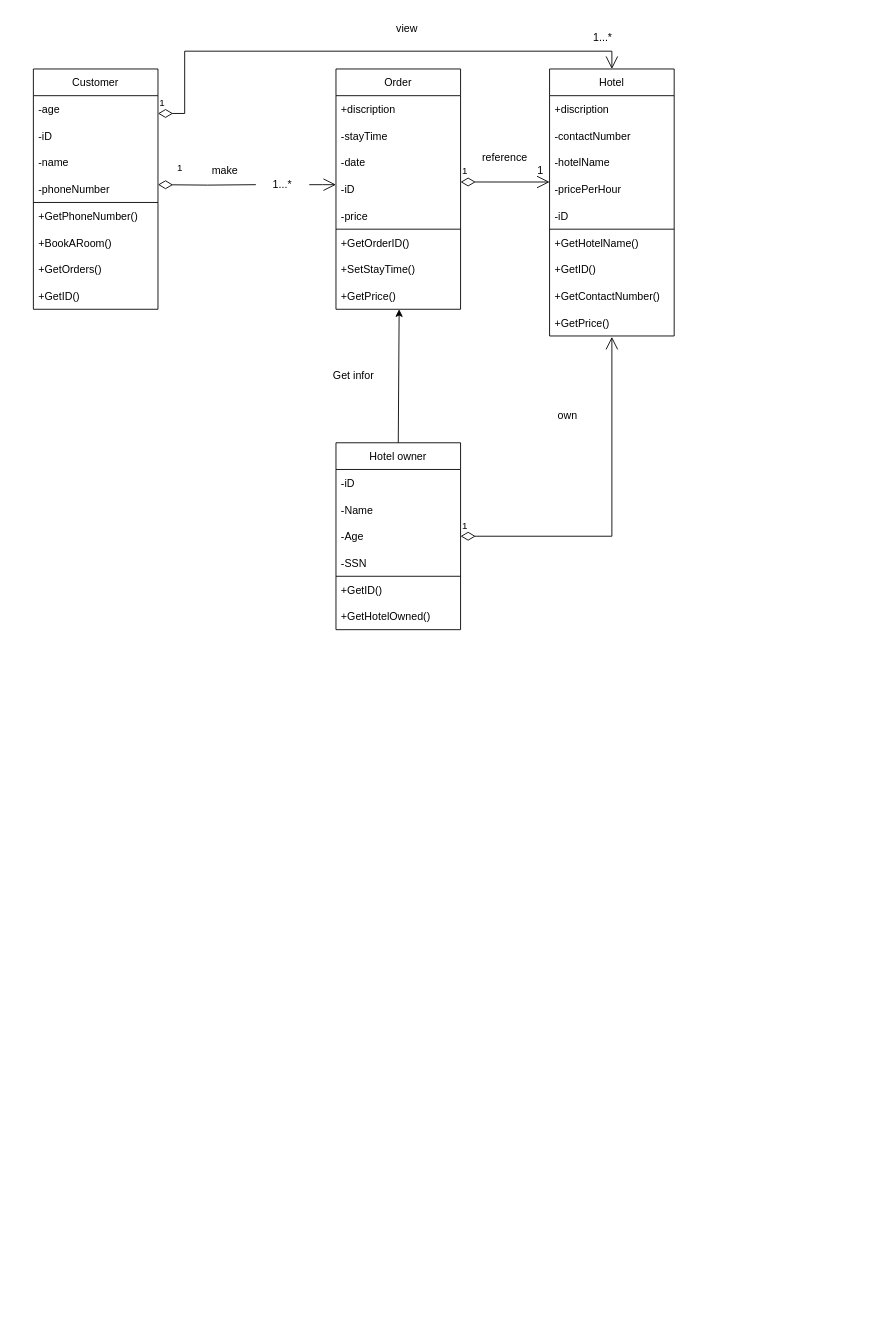
Above: class_diagram.drawio in sonqb2001567/First (draw.io), before the change. Source tidied: cells renumbered, new cells numbered last; positions are measured from the earlier drawing's top-left corner, leaving out a move shared by most shapes. Both pictures are drawn from the tidied source at 89%, with x=0, y=0 at pixel (33, 15).
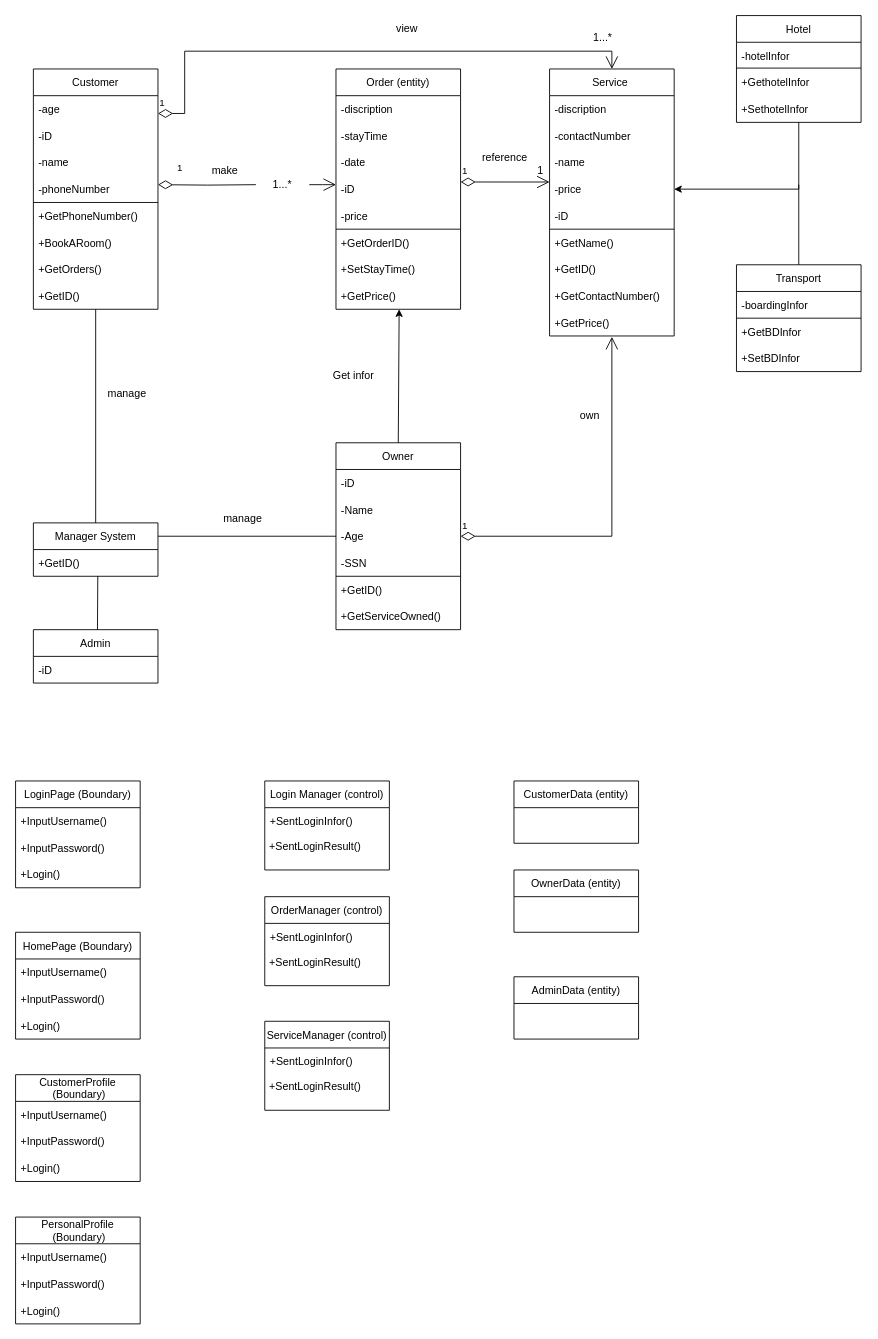
Above is the later version.

Commit message:
Cập nhật class_diagram.drawio

Unchanged cells that the change refers to:
```xml
<mxCell id="22" value="+GetID()" style="text;strokeColor=none;fillColor=none;align=left;verticalAlign=middle;spacingLeft=4;spacingRight=4;overflow=hidden;points=[[0,0.5],[1,0.5]];portConstraint=eastwest;" parent="13" vertex="1">
  <mxGeometry y="240" width="140" height="30" as="geometry" />
</mxCell>
<mxCell id="39" value="-Age" style="text;strokeColor=none;fillColor=none;align=left;verticalAlign=middle;spacingLeft=4;spacingRight=4;overflow=hidden;points=[[0,0.5],[1,0.5]];portConstraint=eastwest;" parent="36" vertex="1">
  <mxGeometry y="90" width="140" height="30" as="geometry" />
</mxCell>
```

The edit, as a diff of the source:
```diff
@@
-    <mxCell id="2" value="Order" style="swimlane;fontStyle=0;horizontal=1;startSize=30;strokeColor=default;" parent="1" vertex="1">
+    <mxCell id="2" value="Order (entity)" style="swimlane;fontStyle=0;horizontal=1;startSize=30;strokeColor=default;" parent="1" vertex="1">
       <mxGeometry x="340" y="60" width="140" height="270" as="geometry" />
     </mxCell>
-    <mxCell id="3" value="+discription" style="text;strokeColor=none;fillColor=none;align=left;verticalAlign=middle;spacingLeft=4;spacingRight=4;overflow=hidden;" parent="2" vertex="1">
+    <mxCell id="3" value="-discription" style="text;strokeColor=none;fillColor=none;align=left;verticalAlign=middle;spacingLeft=4;spacingRight=4;overflow=hidden;" parent="2" vertex="1">
       <mxGeometry y="30" width="140" height="30" as="geometry" />
     </mxCell>
@@
-    <mxCell id="25" value="Hotel" style="swimlane;fontStyle=0;horizontal=1;startSize=30;strokeColor=default;" parent="1" vertex="1">
+    <mxCell id="25" value="Service " style="swimlane;fontStyle=0;horizontal=1;startSize=30;strokeColor=default;" parent="1" vertex="1">
       <mxGeometry x="580" y="60" width="140" height="300" as="geometry" />
     </mxCell>
-    <mxCell id="26" value="+discription" style="text;strokeColor=none;fillColor=none;align=left;verticalAlign=middle;spacingLeft=4;spacingRight=4;overflow=hidden;" parent="25" vertex="1">
+    <mxCell id="26" value="-discription" style="text;strokeColor=none;fillColor=none;align=left;verticalAlign=middle;spacingLeft=4;spacingRight=4;overflow=hidden;" parent="25" vertex="1">
       <mxGeometry y="30" width="140" height="30" as="geometry" />
     </mxCell>
@@
-    <mxCell id="28" value="-hotelName" style="text;strokeColor=none;fillColor=none;align=left;verticalAlign=middle;spacingLeft=4;spacingRight=4;overflow=hidden;" parent="25" vertex="1">
+    <mxCell id="28" value="-name" style="text;strokeColor=none;fillColor=none;align=left;verticalAlign=middle;spacingLeft=4;spacingRight=4;overflow=hidden;" parent="25" vertex="1">
       <mxGeometry y="90" width="140" height="30" as="geometry" />
     </mxCell>
-    <mxCell id="29" value="-pricePerHour" style="text;strokeColor=none;fillColor=none;align=left;verticalAlign=middle;spacingLeft=4;spacingRight=4;overflow=hidden;points=[[0,0.5],[1,0.5]];portConstraint=eastwest;" parent="25" vertex="1">
+    <mxCell id="29" value="-price" style="text;strokeColor=none;fillColor=none;align=left;verticalAlign=middle;spacingLeft=4;spacingRight=4;overflow=hidden;points=[[0,0.5],[1,0.5]];portConstraint=eastwest;" parent="25" vertex="1">
       <mxGeometry y="120" width="140" height="30" as="geometry" />
     </mxCell>
@@
-    <mxCell id="32" value="+GetHotelName()" style="text;strokeColor=none;fillColor=none;align=left;verticalAlign=middle;spacingLeft=4;spacingRight=4;overflow=hidden;" parent="25" vertex="1">
+    <mxCell id="32" value="+GetName()" style="text;strokeColor=none;fillColor=none;align=left;verticalAlign=middle;spacingLeft=4;spacingRight=4;overflow=hidden;" parent="25" vertex="1">
       <mxGeometry y="180" width="140" height="30" as="geometry" />
     </mxCell>
@@
-    <mxCell id="36" value="Hotel owner" style="swimlane;fontStyle=0;horizontal=1;startSize=30;strokeColor=default;" parent="1" vertex="1">
+    <mxCell id="36" value="Owner" style="swimlane;fontStyle=0;horizontal=1;startSize=30;strokeColor=default;" parent="1" vertex="1">
       <mxGeometry x="340" y="480" width="140" height="210" as="geometry" />
     </mxCell>
@@
-    <mxCell id="43" value="+GetHotelOwned()" style="text;strokeColor=none;fillColor=none;align=left;verticalAlign=middle;spacingLeft=4;spacingRight=4;overflow=hidden;" parent="36" vertex="1">
+    <mxCell id="43" value="+GetServiceOwned()" style="text;strokeColor=none;fillColor=none;align=left;verticalAlign=middle;spacingLeft=4;spacingRight=4;overflow=hidden;" parent="36" vertex="1">
       <mxGeometry y="180" width="140" height="30" as="geometry" />
     </mxCell>
@@
     <mxCell id="45" value="own" style="text;html=1;align=center;verticalAlign=middle;strokeColor=none;fillColor=none;" parent="1" vertex="1">
-      <mxGeometry x="575" y="435" width="50" height="30" as="geometry" />
+      <mxGeometry x="600" y="435" width="50" height="30" as="geometry" />
     </mxCell>
@@
+    <mxCell id="56" style="edgeStyle=orthogonalEdgeStyle;rounded=0;jettySize=auto;html=1;entryX=1;entryY=0.5;entryDx=0;entryDy=0;" parent="1" edge="1" source="57" target="29">
+      <mxGeometry relative="1" as="geometry" />
+    </mxCell>
+    <mxCell id="57" value="Hotel" style="swimlane;fontStyle=0;horizontal=1;startSize=30;strokeColor=default;" parent="1" vertex="1">
+      <mxGeometry x="790" width="140" height="120" as="geometry" />
+    </mxCell>
+    <mxCell id="58" value="-hotelInfor" style="text;strokeColor=none;fillColor=none;align=left;verticalAlign=middle;spacingLeft=4;spacingRight=4;overflow=hidden;" parent="57" vertex="1">
+      <mxGeometry y="30" width="140" height="30" as="geometry" />
+    </mxCell>
+    <mxCell id="59" style="endArrow=none;html=1;rounded=0;" parent="57" edge="1">
+      <mxGeometry relative="1" as="geometry">
+        <mxPoint y="59" as="sourcePoint" />
+        <mxPoint x="140" y="59" as="targetPoint" />
+      </mxGeometry>
+    </mxCell>
+    <mxCell id="60" value="+GethotelInfor" style="text;strokeColor=none;fillColor=none;align=left;verticalAlign=middle;spacingLeft=4;spacingRight=4;overflow=hidden;" parent="57" vertex="1">
+      <mxGeometry y="60" width="140" height="30" as="geometry" />
+    </mxCell>
+    <mxCell id="61" value="+SethotelInfor" style="text;strokeColor=none;fillColor=none;align=left;verticalAlign=middle;spacingLeft=4;spacingRight=4;overflow=hidden;" parent="57" vertex="1">
+      <mxGeometry y="90" width="140" height="30" as="geometry" />
+    </mxCell>
+    <mxCell id="62" value="Transport" style="swimlane;fontStyle=0;horizontal=1;startSize=30;strokeColor=default;" parent="1" vertex="1">
+      <mxGeometry x="790" y="280" width="140" height="120" as="geometry" />
+    </mxCell>
+    <mxCell id="63" value="-boardingInfor" style="text;strokeColor=none;fillColor=none;align=left;verticalAlign=middle;spacingLeft=4;spacingRight=4;overflow=hidden;" parent="62" vertex="1">
+      <mxGeometry y="30" width="140" height="30" as="geometry" />
+    </mxCell>
+    <mxCell id="64" style="endArrow=none;html=1;rounded=0;" parent="62" edge="1">
+      <mxGeometry relative="1" as="geometry">
+        <mxPoint y="60" as="sourcePoint" />
+        <mxPoint x="140" y="60" as="targetPoint" />
+      </mxGeometry>
+    </mxCell>
+    <mxCell id="65" value="+GetBDInfor" style="text;strokeColor=none;fillColor=none;align=left;verticalAlign=middle;spacingLeft=4;spacingRight=4;overflow=hidden;" parent="62" vertex="1">
+      <mxGeometry y="60" width="140" height="30" as="geometry" />
+    </mxCell>
+    <mxCell id="66" value="+SetBDInfor" style="text;strokeColor=none;fillColor=none;align=left;verticalAlign=middle;spacingLeft=4;spacingRight=4;overflow=hidden;" parent="62" vertex="1">
+      <mxGeometry y="90" width="140" height="30" as="geometry" />
+    </mxCell>
+    <mxCell id="67" style="endArrow=none;html=1;rounded=0;entryX=0.5;entryY=0;entryDx=0;entryDy=0;" parent="1" edge="1" target="62">
+      <mxGeometry relative="1" as="geometry">
+        <mxPoint x="860" y="190" as="sourcePoint" />
+      </mxGeometry>
+    </mxCell>
+    <mxCell id="68" value="Manager System" style="swimlane;fontStyle=0;horizontal=1;startSize=30;strokeColor=default;" parent="1" vertex="1">
+      <mxGeometry y="570" width="140" height="60" as="geometry" />
+    </mxCell>
+    <mxCell id="69" value="+GetID()" style="text;strokeColor=none;fillColor=none;align=left;verticalAlign=middle;spacingLeft=4;spacingRight=4;overflow=hidden;points=[[0,0.5],[1,0.5]];portConstraint=eastwest;" parent="68" vertex="1">
+      <mxGeometry y="30" width="140" height="30" as="geometry" />
+    </mxCell>
+    <mxCell id="70" style="endArrow=none;html=1;rounded=0;exitX=0.5;exitY=0;exitDx=0;exitDy=0;" parent="1" edge="1" source="68" target="22">
+      <mxGeometry relative="1" as="geometry" />
+    </mxCell>
+    <mxCell id="71" style="endArrow=none;html=1;rounded=0;exitX=1;exitY=0.5;exitDx=0;exitDy=0;entryX=0;entryY=0.5;entryDx=0;entryDy=0;" parent="1" edge="1" target="39">
+      <mxGeometry relative="1" as="geometry">
+        <mxPoint x="140" y="585" as="sourcePoint" />
+      </mxGeometry>
+    </mxCell>
+    <mxCell id="72" value="manage" style="text;html=1;align=center;verticalAlign=middle;strokeColor=none;fillColor=none;" parent="1" vertex="1">
+      <mxGeometry x="70" y="410" width="70" height="30" as="geometry" />
+    </mxCell>
+    <mxCell id="73" value="manage" style="text;html=1;align=center;verticalAlign=middle;strokeColor=none;fillColor=none;" parent="1" vertex="1">
+      <mxGeometry x="200" y="550" width="70" height="30" as="geometry" />
+    </mxCell>
+    <mxCell id="74" value="Admin" style="swimlane;fontStyle=0;horizontal=1;startSize=30;strokeColor=default;" parent="1" vertex="1">
+      <mxGeometry y="690" width="140" height="60" as="geometry" />
+    </mxCell>
+    <mxCell id="75" value="-iD" style="text;strokeColor=none;fillColor=none;align=left;verticalAlign=middle;spacingLeft=4;spacingRight=4;overflow=hidden;" parent="74" vertex="1">
+      <mxGeometry y="30" width="140" height="30" as="geometry" />
+    </mxCell>
+    <mxCell id="76" style="endArrow=none;html=1;rounded=0;entryX=0.517;entryY=0.991;entryDx=0;entryDy=0;entryPerimeter=0;" parent="1" edge="1" target="69">
+      <mxGeometry relative="1" as="geometry">
+        <mxPoint x="72" y="690" as="sourcePoint" />
+      </mxGeometry>
+    </mxCell>
+    <mxCell id="77" value="LoginPage (Boundary)" style="swimlane;fontStyle=0;horizontal=1;startSize=30;strokeColor=default;" parent="1" vertex="1">
+      <mxGeometry x="-20" y="860" width="140" height="120" as="geometry" />
+    </mxCell>
+    <mxCell id="78" value="+InputUsername()" style="text;strokeColor=none;fillColor=none;align=left;verticalAlign=middle;spacingLeft=4;spacingRight=4;overflow=hidden;" parent="77" vertex="1">
+      <mxGeometry y="30" width="140" height="30" as="geometry" />
+    </mxCell>
+    <mxCell id="79" value="+InputPassword()" style="text;strokeColor=none;fillColor=none;align=left;verticalAlign=middle;spacingLeft=4;spacingRight=4;overflow=hidden;" parent="77" vertex="1">
+      <mxGeometry y="60" width="140" height="30" as="geometry" />
+    </mxCell>
+    <mxCell id="80" value="+Login()" style="text;strokeColor=none;fillColor=none;align=left;verticalAlign=middle;spacingLeft=4;spacingRight=4;overflow=hidden;" parent="77" vertex="1">
+      <mxGeometry y="90" width="140" height="30" as="geometry" />
+    </mxCell>
+    <mxCell id="81" value="Login Manager (control)" style="swimlane;fontStyle=0;horizontal=1;startSize=30;strokeColor=default;" parent="1" vertex="1">
+      <mxGeometry x="260" y="860" width="140" height="100" as="geometry" />
+    </mxCell>
+    <mxCell id="82" value="+SentLoginInfor()" style="text;strokeColor=none;fillColor=none;align=left;verticalAlign=middle;spacingLeft=4;spacingRight=4;overflow=hidden;" parent="81" vertex="1">
+      <mxGeometry y="30" width="140" height="30" as="geometry" />
+    </mxCell>
+    <mxCell id="83" value="&amp;nbsp;+SentLoginResult()" style="text;whiteSpace=wrap;html=1;" parent="81" vertex="1">
+      <mxGeometry y="60" width="140" height="40" as="geometry" />
+    </mxCell>
+    <mxCell id="84" value="CustomerData (entity)" style="swimlane;fontStyle=0;horizontal=1;startSize=30;strokeColor=default;" parent="1" vertex="1">
+      <mxGeometry x="540" y="860" width="140" height="70" as="geometry" />
+    </mxCell>
+    <mxCell id="85" value="OwnerData (entity)" style="swimlane;fontStyle=0;horizontal=1;startSize=30;strokeColor=default;" parent="1" vertex="1">
+      <mxGeometry x="540" y="960" width="140" height="70" as="geometry" />
+    </mxCell>
+    <mxCell id="86" value="AdminData (entity)" style="swimlane;fontStyle=0;horizontal=1;startSize=30;strokeColor=default;" parent="1" vertex="1">
+      <mxGeometry x="540" y="1080" width="140" height="70" as="geometry" />
+    </mxCell>
+    <mxCell id="87" value="OrderManager (control)" style="swimlane;fontStyle=0;horizontal=1;startSize=30;strokeColor=default;" parent="1" vertex="1">
+      <mxGeometry x="260" y="990" width="140" height="100" as="geometry" />
+    </mxCell>
+    <mxCell id="88" value="+SentLoginInfor()" style="text;strokeColor=none;fillColor=none;align=left;verticalAlign=middle;spacingLeft=4;spacingRight=4;overflow=hidden;" parent="87" vertex="1">
+      <mxGeometry y="30" width="140" height="30" as="geometry" />
+    </mxCell>
+    <mxCell id="89" value="&amp;nbsp;+SentLoginResult()" style="text;whiteSpace=wrap;html=1;" parent="87" vertex="1">
+      <mxGeometry y="60" width="140" height="40" as="geometry" />
+    </mxCell>
+    <mxCell id="90" value="ServiceManager (control)" style="swimlane;fontStyle=0;horizontal=1;startSize=30;strokeColor=default;" parent="1" vertex="1">
+      <mxGeometry x="260" y="1130" width="140" height="100" as="geometry" />
+    </mxCell>
+    <mxCell id="91" value="+SentLoginInfor()" style="text;strokeColor=none;fillColor=none;align=left;verticalAlign=middle;spacingLeft=4;spacingRight=4;overflow=hidden;" parent="90" vertex="1">
+      <mxGeometry y="30" width="140" height="30" as="geometry" />
+    </mxCell>
+    <mxCell id="92" value="&amp;nbsp;+SentLoginResult()" style="text;whiteSpace=wrap;html=1;" parent="90" vertex="1">
+      <mxGeometry y="60" width="140" height="40" as="geometry" />
+    </mxCell>
+    <mxCell id="93" value="HomePage (Boundary)" style="swimlane;fontStyle=0;horizontal=1;startSize=30;strokeColor=default;" parent="1" vertex="1">
+      <mxGeometry x="-20" y="1030" width="140" height="120" as="geometry" />
+    </mxCell>
+    <mxCell id="94" value="+InputUsername()" style="text;strokeColor=none;fillColor=none;align=left;verticalAlign=middle;spacingLeft=4;spacingRight=4;overflow=hidden;" parent="93" vertex="1">
+      <mxGeometry y="30" width="140" height="30" as="geometry" />
+    </mxCell>
+    <mxCell id="95" value="+InputPassword()" style="text;strokeColor=none;fillColor=none;align=left;verticalAlign=middle;spacingLeft=4;spacingRight=4;overflow=hidden;" parent="93" vertex="1">
+      <mxGeometry y="60" width="140" height="30" as="geometry" />
+    </mxCell>
+    <mxCell id="96" value="+Login()" style="text;strokeColor=none;fillColor=none;align=left;verticalAlign=middle;spacingLeft=4;spacingRight=4;overflow=hidden;" parent="93" vertex="1">
+      <mxGeometry y="90" width="140" height="30" as="geometry" />
+    </mxCell>
+    <mxCell id="97" value="CustomerProfile&#10; (Boundary)" style="swimlane;fontStyle=0;horizontal=1;startSize=30;strokeColor=default;" parent="1" vertex="1">
+      <mxGeometry x="-20" y="1190" width="140" height="120" as="geometry" />
+    </mxCell>
+    <mxCell id="98" value="+InputUsername()" style="text;strokeColor=none;fillColor=none;align=left;verticalAlign=middle;spacingLeft=4;spacingRight=4;overflow=hidden;" parent="97" vertex="1">
+      <mxGeometry y="30" width="140" height="30" as="geometry" />
+    </mxCell>
+    <mxCell id="99" value="+InputPassword()" style="text;strokeColor=none;fillColor=none;align=left;verticalAlign=middle;spacingLeft=4;spacingRight=4;overflow=hidden;" parent="97" vertex="1">
+      <mxGeometry y="60" width="140" height="30" as="geometry" />
+    </mxCell>
+    <mxCell id="100" value="+Login()" style="text;strokeColor=none;fillColor=none;align=left;verticalAlign=middle;spacingLeft=4;spacingRight=4;overflow=hidden;" parent="97" vertex="1">
+      <mxGeometry y="90" width="140" height="30" as="geometry" />
+    </mxCell>
+    <mxCell id="101" value="PersonalProfile&#10; (Boundary)" style="swimlane;fontStyle=0;horizontal=1;startSize=30;strokeColor=default;" parent="1" vertex="1">
+      <mxGeometry x="-20" y="1350" width="140" height="120" as="geometry" />
+    </mxCell>
+    <mxCell id="102" value="+InputUsername()" style="text;strokeColor=none;fillColor=none;align=left;verticalAlign=middle;spacingLeft=4;spacingRight=4;overflow=hidden;" parent="101" vertex="1">
+      <mxGeometry y="30" width="140" height="30" as="geometry" />
+    </mxCell>
+    <mxCell id="103" value="+InputPassword()" style="text;strokeColor=none;fillColor=none;align=left;verticalAlign=middle;spacingLeft=4;spacingRight=4;overflow=hidden;" parent="101" vertex="1">
+      <mxGeometry y="60" width="140" height="30" as="geometry" />
+    </mxCell>
+    <mxCell id="104" value="+Login()" style="text;strokeColor=none;fillColor=none;align=left;verticalAlign=middle;spacingLeft=4;spacingRight=4;overflow=hidden;" parent="101" vertex="1">
+      <mxGeometry y="90" width="140" height="30" as="geometry" />
+    </mxCell>
```
